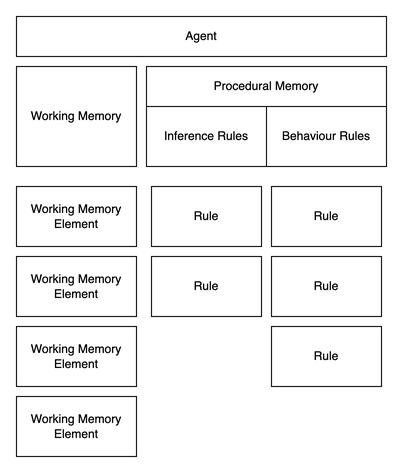
Earlier version of the draw.io export images/chapter1/agent.drawio.png (DevArcana/master-thesis). Source tidied: cells renumbered, new cells last; positions are measured from the earlier drawing's top-left corner, leaving out a move shared by most shapes.
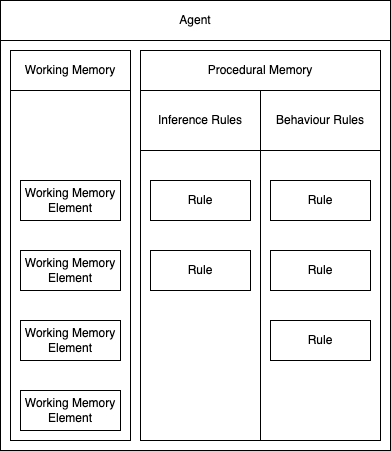
After the change.

Change to the diagram source:
```diff
@@ -2,8 +2,14 @@
   <root>
     <mxCell id="0" />
     <mxCell id="1" parent="0" />
+    <mxCell id="16" style="rounded=0;whiteSpace=wrap;html=1;" parent="1" vertex="1">
+      <mxGeometry x="-10" y="40" width="390" height="410" as="geometry" />
+    </mxCell>
+    <mxCell id="17" style="rounded=0;whiteSpace=wrap;html=1;" parent="1" vertex="1">
+      <mxGeometry x="130" y="50" width="240" height="390" as="geometry" />
+    </mxCell>
-    <mxCell id="2" value="Working Memory" style="rounded=0;whiteSpace=wrap;html=1;" parent="1" vertex="1">
-      <mxGeometry y="50" width="120" height="100" as="geometry" />
+    <mxCell id="2" style="rounded=0;whiteSpace=wrap;html=1;" parent="1" vertex="1">
+      <mxGeometry y="50" width="120" height="390" as="geometry" />
     </mxCell>
     <mxCell id="3" value="Procedural Memory" style="rounded=0;whiteSpace=wrap;html=1;" parent="1" vertex="1">
       <mxGeometry x="130" y="50" width="240" height="40" as="geometry" />
@@ -15,34 +21,40 @@
       <mxGeometry x="250" y="90" width="120" height="60" as="geometry" />
     </mxCell>
     <mxCell id="6" value="Rule" style="rounded=0;whiteSpace=wrap;html=1;" parent="1" vertex="1">
-      <mxGeometry x="135" y="170" width="110" height="60" as="geometry" />
+      <mxGeometry x="140" y="180" width="100" height="40" as="geometry" />
     </mxCell>
     <mxCell id="7" value="Working Memory Element" style="rounded=0;whiteSpace=wrap;html=1;" parent="1" vertex="1">
-      <mxGeometry y="170" width="120" height="60" as="geometry" />
+      <mxGeometry x="10" y="180" width="100" height="40" as="geometry" />
     </mxCell>
-    <mxCell id="8" value="Rule" style="rounded=0;whiteSpace=wrap;html=1;" parent="1" vertex="1">
-      <mxGeometry x="255" y="170" width="110" height="60" as="geometry" />
-    </mxCell>
-    <mxCell id="9" value="Working Memory Element" style="rounded=0;whiteSpace=wrap;html=1;" parent="1" vertex="1">
-      <mxGeometry y="240" width="120" height="60" as="geometry" />
-    </mxCell>
-    <mxCell id="10" value="Working Memory Element" style="rounded=0;whiteSpace=wrap;html=1;" parent="1" vertex="1">
-      <mxGeometry y="310" width="120" height="60" as="geometry" />
-    </mxCell>
-    <mxCell id="11" value="Rule" style="rounded=0;whiteSpace=wrap;html=1;" parent="1" vertex="1">
-      <mxGeometry x="135" y="240" width="110" height="60" as="geometry" />
-    </mxCell>
-    <mxCell id="12" value="Rule" style="rounded=0;whiteSpace=wrap;html=1;" parent="1" vertex="1">
-      <mxGeometry x="255" y="240" width="110" height="60" as="geometry" />
-    </mxCell>
-    <mxCell id="13" value="Rule" style="rounded=0;whiteSpace=wrap;html=1;" parent="1" vertex="1">
-      <mxGeometry x="255" y="310" width="110" height="60" as="geometry" />
-    </mxCell>
-    <mxCell id="14" value="Working Memory Element" style="rounded=0;whiteSpace=wrap;html=1;" parent="1" vertex="1">
-      <mxGeometry y="380" width="120" height="60" as="geometry" />
-    </mxCell>
     <mxCell id="15" value="Agent" style="rounded=0;whiteSpace=wrap;html=1;" parent="1" vertex="1">
-      <mxGeometry width="370" height="40" as="geometry" />
+      <mxGeometry x="-10" width="390" height="40" as="geometry" />
     </mxCell>
+    <mxCell id="18" value="Working Memory Element" style="rounded=0;whiteSpace=wrap;html=1;" parent="1" vertex="1">
+      <mxGeometry x="10" y="390" width="100" height="40" as="geometry" />
+    </mxCell>
+    <mxCell id="19" value="Working Memory Element" style="rounded=0;whiteSpace=wrap;html=1;" parent="1" vertex="1">
+      <mxGeometry x="10" y="320" width="100" height="40" as="geometry" />
+    </mxCell>
+    <mxCell id="20" value="Working Memory Element" style="rounded=0;whiteSpace=wrap;html=1;" parent="1" vertex="1">
+      <mxGeometry x="10" y="250" width="100" height="40" as="geometry" />
+    </mxCell>
+    <mxCell id="21" value="Working Memory" style="rounded=0;whiteSpace=wrap;html=1;" parent="1" vertex="1">
+      <mxGeometry y="50" width="120" height="40" as="geometry" />
+    </mxCell>
+    <mxCell id="22" style="rounded=0;whiteSpace=wrap;html=1;" parent="1" vertex="1">
+      <mxGeometry x="250" y="150" width="120" height="290" as="geometry" />
+    </mxCell>
+    <mxCell id="23" value="Rule" style="rounded=0;whiteSpace=wrap;html=1;" parent="1" vertex="1">
+      <mxGeometry x="140" y="250" width="100" height="40" as="geometry" />
+    </mxCell>
+    <mxCell id="24" value="Rule" style="rounded=0;whiteSpace=wrap;html=1;" parent="1" vertex="1">
+      <mxGeometry x="260" y="180" width="100" height="40" as="geometry" />
+    </mxCell>
+    <mxCell id="25" value="Rule" style="rounded=0;whiteSpace=wrap;html=1;" parent="1" vertex="1">
+      <mxGeometry x="260" y="250" width="100" height="40" as="geometry" />
+    </mxCell>
+    <mxCell id="26" value="Rule" style="rounded=0;whiteSpace=wrap;html=1;" parent="1" vertex="1">
+      <mxGeometry x="260" y="320" width="100" height="40" as="geometry" />
+    </mxCell>
   </root>
 </mxGraphModel>
```
